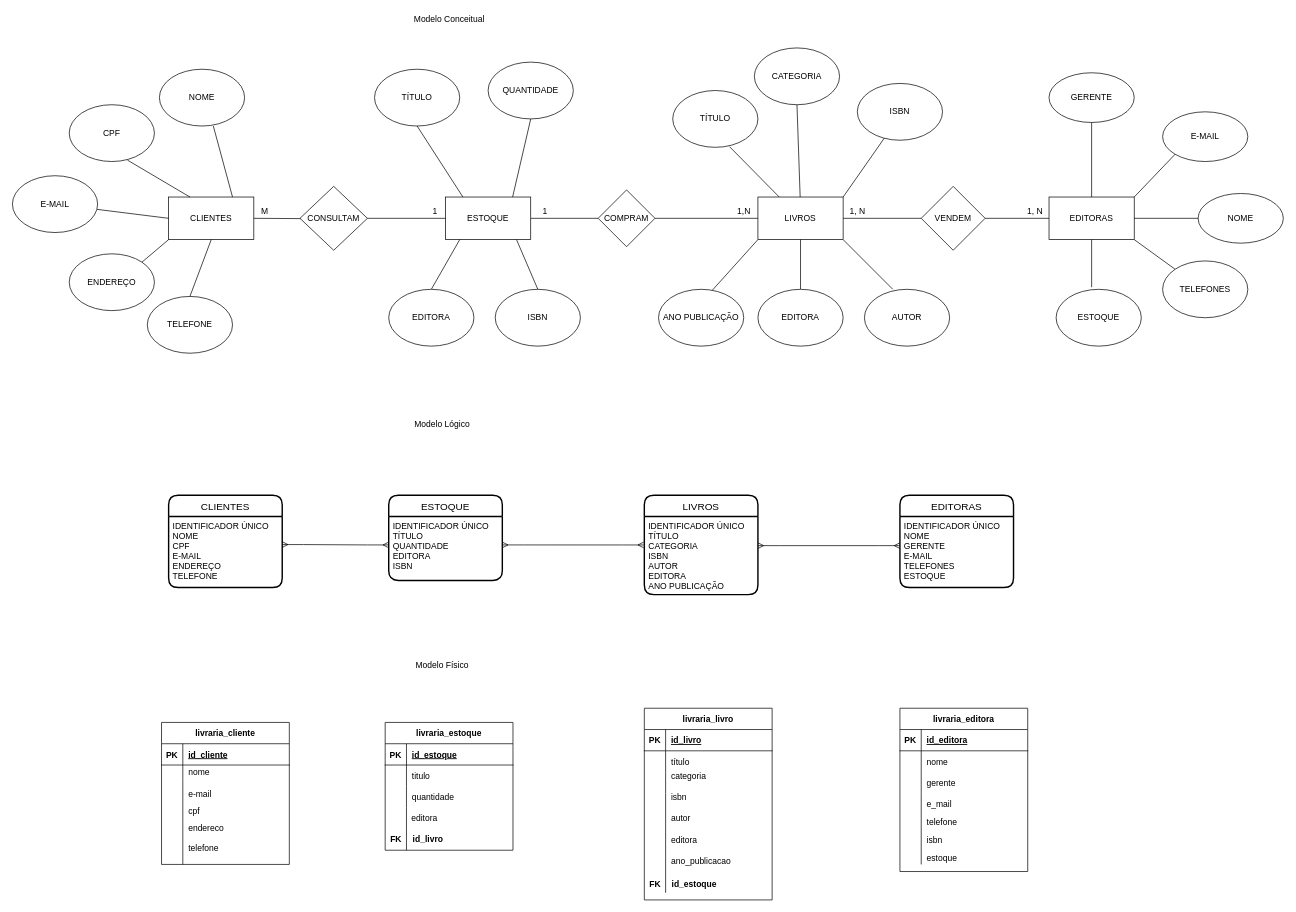
Earlier version of the draw.io diagram Módulo 6 - Banco de Dados I/Projeto/Modelagem de Dados.drawio (joaopasini/letscode_repository). Source tidied: cells renumbered, new cells numbered last; positions are measured from the earlier drawing's top-left corner, leaving out a move shared by most shapes. Both pictures are drawn from the tidied source at 71%, with x=0, y=0 at pixel (12, 12).
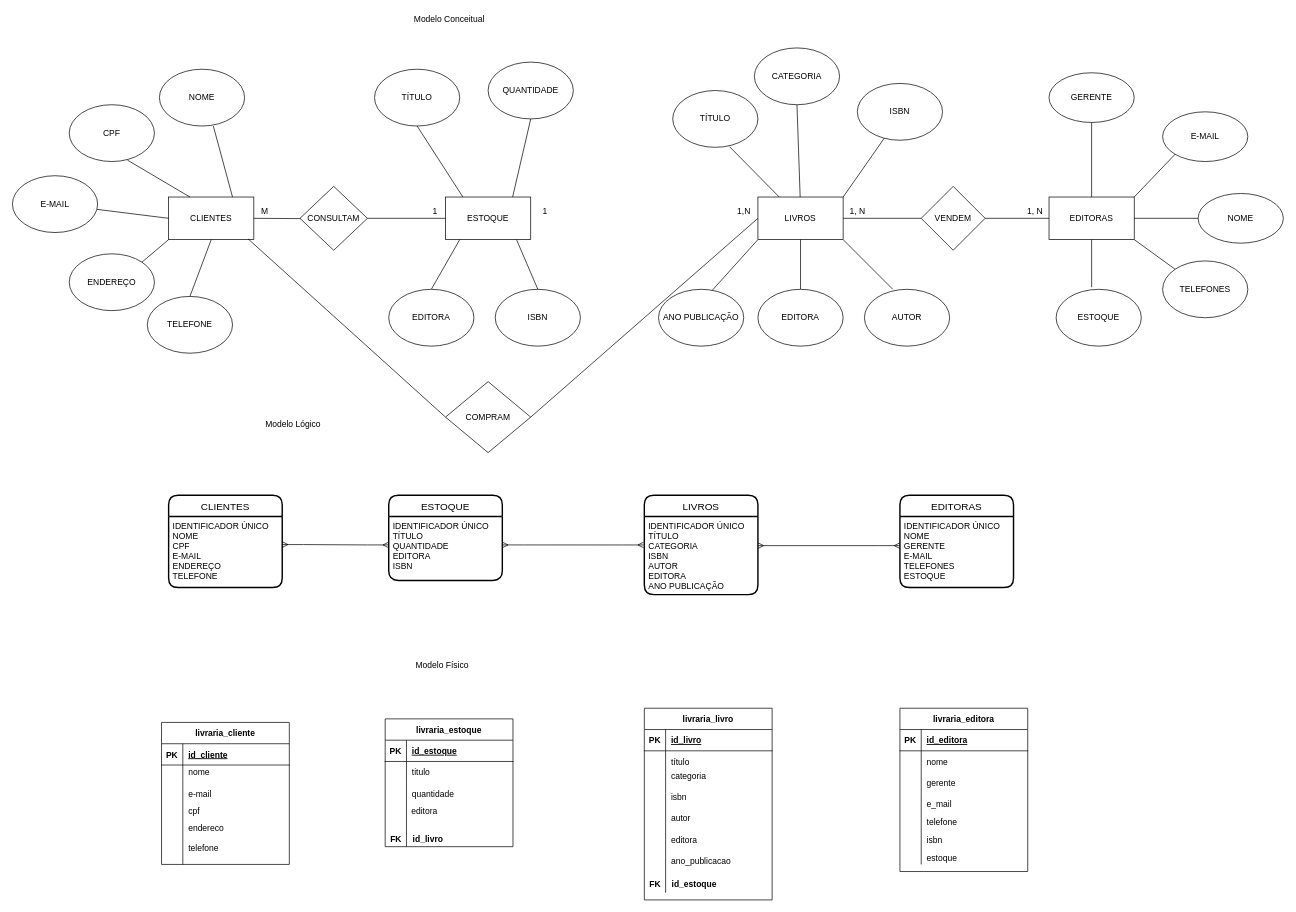
After the change.

Unchanged cells that the change refers to:
```xml
<mxCell id="6" value="CLIENTES" style="rounded=0;whiteSpace=wrap;html=1;" parent="1" vertex="1">
  <mxGeometry x="220" y="260" width="120" height="60" as="geometry" />
</mxCell>
<mxCell id="123" value="ESTOQUE" style="rounded=0;whiteSpace=wrap;html=1;" parent="1" vertex="1">
  <mxGeometry x="610" y="260" width="120" height="60" as="geometry" />
</mxCell>
```

Diff of the diagram source:
```diff
@@
-    <mxCell id="8" style="endArrow=none;html=1;rounded=0;exitX=0;exitY=0.5;exitDx=0;exitDy=0;entryX=1;entryY=0.5;entryDx=0;entryDy=0;" parent="1" edge="1" source="9" target="123">
+    <mxCell id="8" style="endArrow=none;html=1;rounded=0;exitX=0;exitY=0.5;exitDx=0;exitDy=0;entryX=0.933;entryY=0.983;entryDx=0;entryDy=0;entryPerimeter=0;" parent="1" edge="1" source="9" target="6">
       <mxGeometry relative="1" as="geometry" />
     </mxCell>
     <mxCell id="9" value="COMPRAM" style="rhombus;whiteSpace=wrap;html=1;" parent="1" vertex="1">
-      <mxGeometry x="825" y="250" width="80" height="80" as="geometry" />
+      <mxGeometry x="610" y="520" width="120" height="100" as="geometry" />
     </mxCell>
@@
     <mxCell id="49" value="Modelo Lógico" style="text;html=1;align=center;verticalAlign=middle;strokeColor=none;fillColor=none;" parent="1" vertex="1">
-      <mxGeometry x="560" y="570" width="90" height="20" as="geometry" />
+      <mxGeometry x="350" y="570" width="90" height="20" as="geometry" />
     </mxCell>
@@
     <mxCell id="98" value="livraria_estoque" style="shape=table;startSize=30;childLayout=tableLayout;rowLines=0;fontStyle=1;align=center;" parent="1" vertex="1">
-      <mxGeometry x="525" y="1000" width="180" height="180" as="geometry" />
+      <mxGeometry x="525" y="995" width="180" height="180" as="geometry" />
     </mxCell>
@@
     <mxCell id="142" value="editora" style="text;html=1;align=center;verticalAlign=middle;strokeColor=none;fillColor=none;" parent="1" vertex="1">
-      <mxGeometry x="555" y="1125" width="50" height="20" as="geometry" />
+      <mxGeometry x="555" y="1115" width="50" height="20" as="geometry" />
     </mxCell>
```
